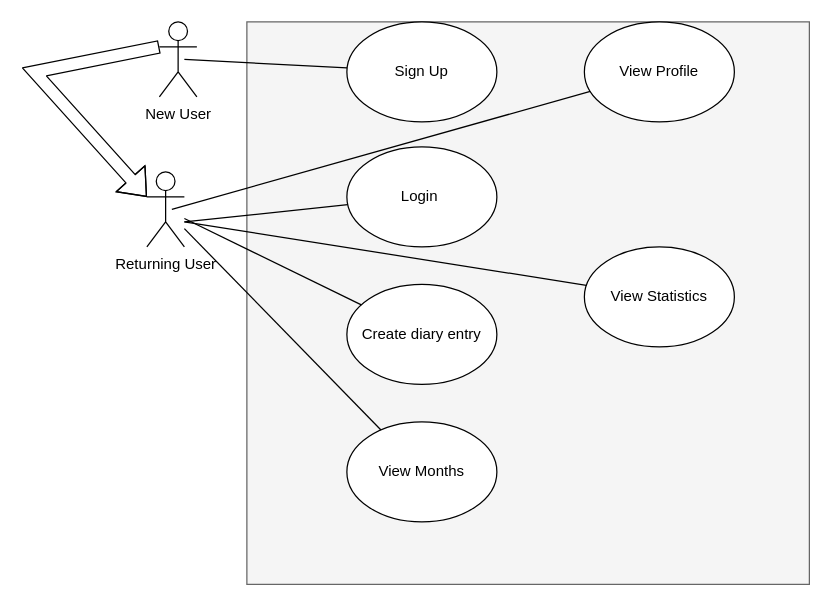
Before: myDiary.drawio in myDiarycp/backend, a draw.io diagram. Source tidied: cells renumbered, new cells numbered last; positions are measured from the earlier drawing's top-left corner, leaving out a move shared by most shapes. Both pictures are drawn from the tidied source at 125%, with x=0, y=0 at pixel (34, 21).
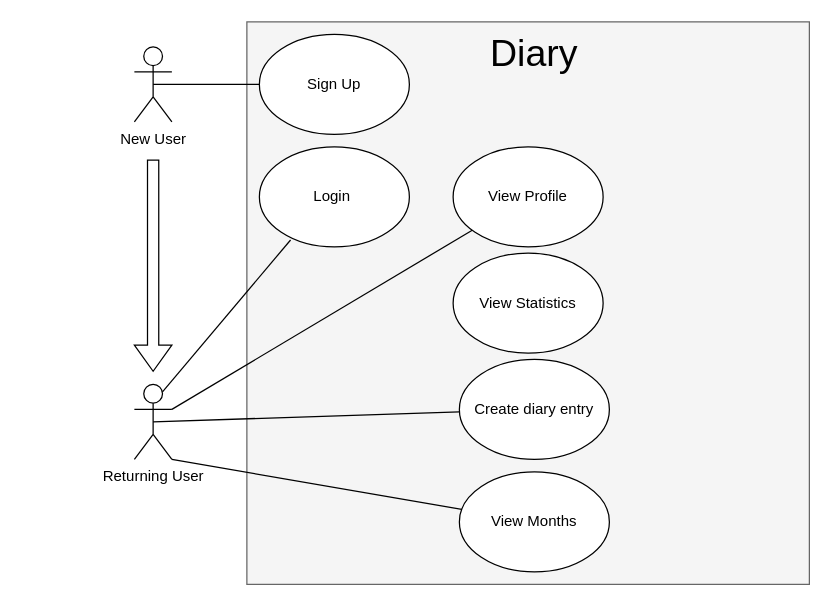
The same diagram, later.

Diff of the diagram source:
```diff
@@
     <mxCell id="3" value="Login&amp;nbsp;" style="ellipse;whiteSpace=wrap;html=1;" parent="1" vertex="1">
-      <mxGeometry x="250" y="100" width="120" height="80" as="geometry" />
+      <mxGeometry x="180" y="100" width="120" height="80" as="geometry" />
     </mxCell>
     <mxCell id="4" value="Returning User" style="shape=umlActor;verticalLabelPosition=bottom;verticalAlign=top;html=1;outlineConnect=0;" parent="1" vertex="1">
-      <mxGeometry x="90" y="120" width="30" height="60" as="geometry" />
+      <mxGeometry x="80" y="290" width="30" height="60" as="geometry" />
     </mxCell>
     <mxCell id="5" value="Create diary entry" style="ellipse;whiteSpace=wrap;html=1;" parent="1" vertex="1">
-      <mxGeometry x="250" y="210" width="120" height="80" as="geometry" />
+      <mxGeometry x="340" y="270" width="120" height="80" as="geometry" />
     </mxCell>
-    <mxCell id="6" style="endArrow=none;html=1;rounded=0;" parent="1" edge="1" source="4" target="5">
+    <mxCell id="6" style="endArrow=none;html=1;rounded=0;exitX=0.5;exitY=0.5;exitDx=0;exitDy=0;exitPerimeter=0;" parent="1" edge="1" source="4" target="5">
       <mxGeometry relative="1" as="geometry" />
     </mxCell>
     <mxCell id="7" value="View Months" style="ellipse;whiteSpace=wrap;html=1;" parent="1" vertex="1">
-      <mxGeometry x="250" y="320" width="120" height="80" as="geometry" />
+      <mxGeometry x="340" y="360" width="120" height="80" as="geometry" />
     </mxCell>
-    <mxCell id="8" style="endArrow=none;html=1;rounded=0;" parent="1" edge="1" source="4" target="7">
+    <mxCell id="8" style="endArrow=none;html=1;rounded=0;exitX=1;exitY=1;exitDx=0;exitDy=0;exitPerimeter=0;" parent="1" edge="1" source="4" target="7">
       <mxGeometry relative="1" as="geometry" />
     </mxCell>
     <mxCell id="9" value="Sign Up" style="ellipse;whiteSpace=wrap;html=1;" parent="1" vertex="1">
-      <mxGeometry x="250" width="120" height="80" as="geometry" />
+      <mxGeometry x="180" y="10" width="120" height="80" as="geometry" />
     </mxCell>
-    <mxCell id="10" style="endArrow=none;html=1;rounded=0;" parent="1" edge="1" target="9">
-      <mxGeometry relative="1" as="geometry">
-        <mxPoint x="120" y="30" as="sourcePoint" />
-      </mxGeometry>
+    <mxCell id="10" style="endArrow=none;html=1;rounded=0;exitX=0.5;exitY=0.5;exitDx=0;exitDy=0;exitPerimeter=0;" parent="1" edge="1" source="12" target="9">
+      <mxGeometry relative="1" as="geometry" />
     </mxCell>
     <mxCell id="11" value="View Profile" style="ellipse;whiteSpace=wrap;html=1;" parent="1" vertex="1">
-      <mxGeometry x="440" width="120" height="80" as="geometry" />
+      <mxGeometry x="335" y="100" width="120" height="80" as="geometry" />
     </mxCell>
     <mxCell id="12" value="New User" style="shape=umlActor;verticalLabelPosition=bottom;verticalAlign=top;html=1;outlineConnect=0;" parent="1" vertex="1">
-      <mxGeometry x="100" width="30" height="60" as="geometry" />
+      <mxGeometry x="80" y="20" width="30" height="60" as="geometry" />
     </mxCell>
-    <mxCell id="13" style="endArrow=none;html=1;rounded=0;" parent="1" edge="1" target="11">
-      <mxGeometry relative="1" as="geometry">
-        <mxPoint x="110" y="150" as="sourcePoint" />
-      </mxGeometry>
+    <mxCell id="13" style="endArrow=none;html=1;rounded=0;exitX=1;exitY=0.3333333333333333;exitDx=0;exitDy=0;exitPerimeter=0;" parent="1" edge="1" source="4" target="11">
+      <mxGeometry relative="1" as="geometry" />
     </mxCell>
     <mxCell id="14" value="View Statistics" style="ellipse;whiteSpace=wrap;html=1;" parent="1" vertex="1">
-      <mxGeometry x="440" y="180" width="120" height="80" as="geometry" />
+      <mxGeometry x="335" y="185" width="120" height="80" as="geometry" />
     </mxCell>
-    <mxCell id="15" style="endArrow=none;html=1;rounded=0;" parent="1" edge="1" target="14">
-      <mxGeometry relative="1" as="geometry">
-        <mxPoint x="120" y="160" as="sourcePoint" />
-      </mxGeometry>
-    </mxCell>
-    <mxCell id="16" style="shape=flexArrow;endArrow=classic;html=1;rounded=0;exitX=0;exitY=0.3333333333333333;exitDx=0;exitDy=0;exitPerimeter=0;entryX=0;entryY=0.3333333333333333;entryDx=0;entryDy=0;entryPerimeter=0;" parent="1" edge="1" source="12" target="4">
-      <mxGeometry relative="1" as="geometry">
-        <Array as="points">
-          <mxPoint y="40" />
-        </Array>
-      </mxGeometry>
-    </mxCell>
-    <mxCell id="17" style="endArrow=none;html=1;rounded=0;" parent="1" edge="1" target="3">
-      <mxGeometry relative="1" as="geometry">
-        <mxPoint x="120" y="160" as="sourcePoint" />
-      </mxGeometry>
-    </mxCell>
+    <mxCell id="18" value="&lt;font style=&quot;font-size: 30px;&quot;&gt;Diary&lt;/font&gt;" style="text;html=1;strokeColor=none;fillColor=none;align=center;verticalAlign=middle;whiteSpace=wrap;rounded=0;" parent="1" vertex="1">
+      <mxGeometry x="370" y="10" width="60" height="30" as="geometry" />
+    </mxCell>
+    <mxCell id="19" style="endArrow=none;html=1;rounded=0;fontSize=30;exitX=0.75;exitY=0.1;exitDx=0;exitDy=0;exitPerimeter=0;entryX=0.208;entryY=0.931;entryDx=0;entryDy=0;entryPerimeter=0;" parent="1" edge="1" source="4" target="3">
+      <mxGeometry relative="1" as="geometry" />
+    </mxCell>
+    <mxCell id="20" style="shape=flexArrow;endArrow=classic;html=1;rounded=0;fontSize=30;width=9;endSize=6.62;" parent="1" edge="1">
+      <mxGeometry relative="1" as="geometry">
+        <mxPoint x="95" y="110" as="sourcePoint" />
+        <mxPoint x="95" y="280" as="targetPoint" />
+      </mxGeometry>
+    </mxCell>
```
